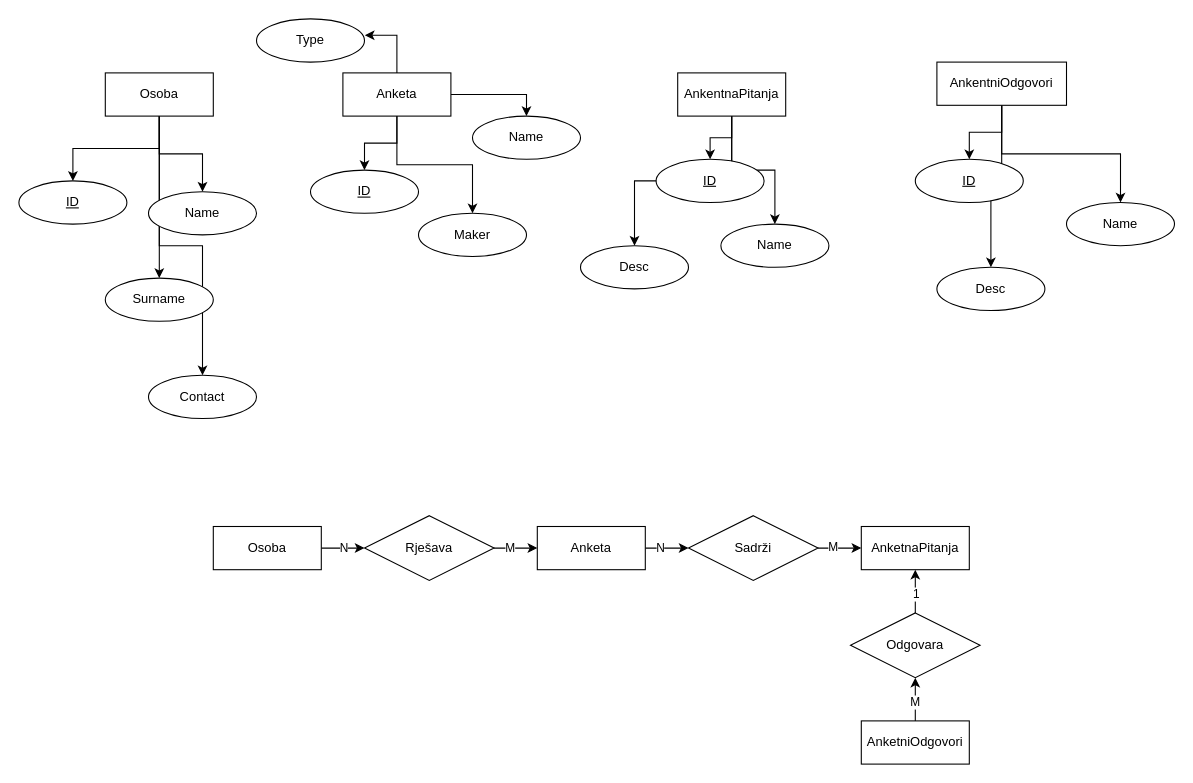
Earlier version of the draw.io diagram LukaFilipic.drawio (LukaCafuka/Diagrams-TiPK). Source tidied: cells renumbered, new cells numbered last; positions are measured from the earlier drawing's top-left corner, leaving out a move shared by most shapes. Both pictures are drawn from the tidied source at 108%, with x=0, y=0 at pixel (18, 18).
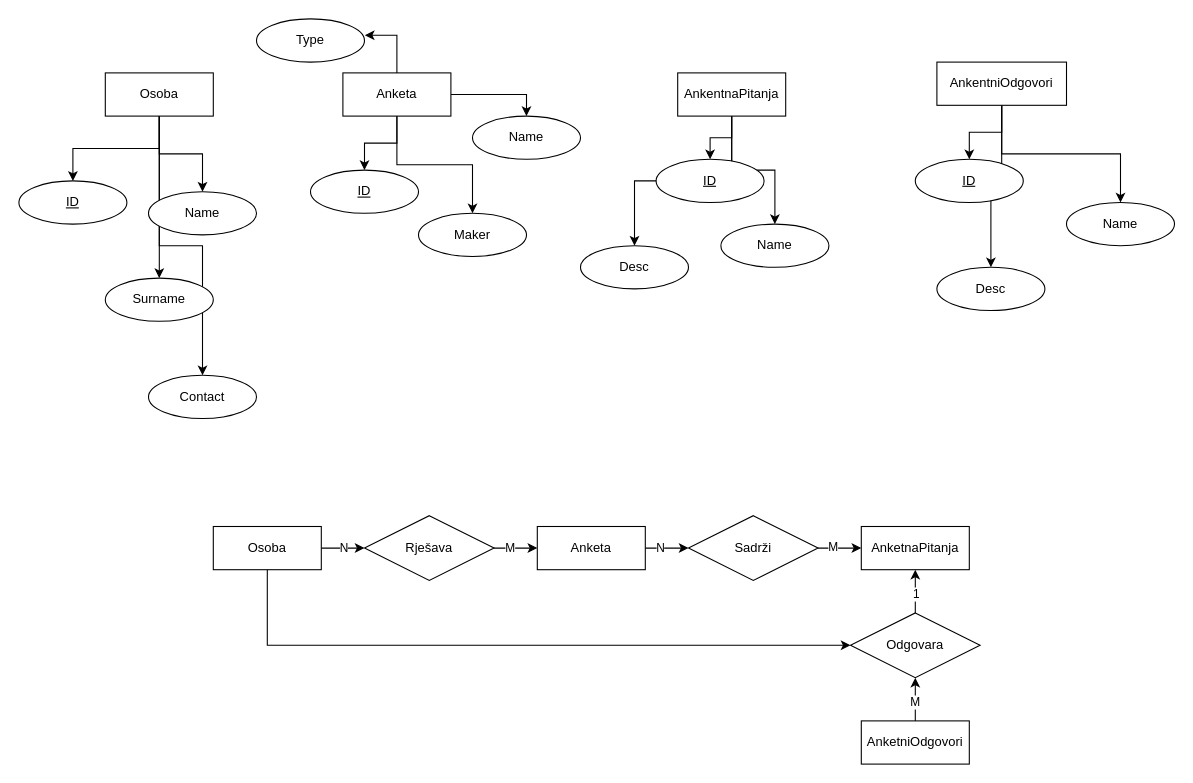
Above is the later version.

Unchanged cells that the change refers to:
```xml
<mxCell id="36" value="Osoba" style="whiteSpace=wrap;html=1;align=center;" parent="1" vertex="1">
  <mxGeometry x="180" y="470" width="100" height="40" as="geometry" />
</mxCell>
<mxCell id="52" value="Odgovara" style="shape=rhombus;perimeter=rhombusPerimeter;whiteSpace=wrap;html=1;align=center;" parent="1" vertex="1">
  <mxGeometry x="770" y="550" width="120" height="60" as="geometry" />
</mxCell>
```

What changed in the source:
```diff
@@
+    <mxCell id="53" style="edgeStyle=orthogonalEdgeStyle;rounded=0;jettySize=auto;html=1;entryX=0;entryY=0.5;entryDx=0;entryDy=0;" parent="1" edge="1" source="36" target="52">
+      <mxGeometry relative="1" as="geometry">
+        <Array as="points">
+          <mxPoint x="230" y="580" />
+        </Array>
+      </mxGeometry>
+    </mxCell>
```
